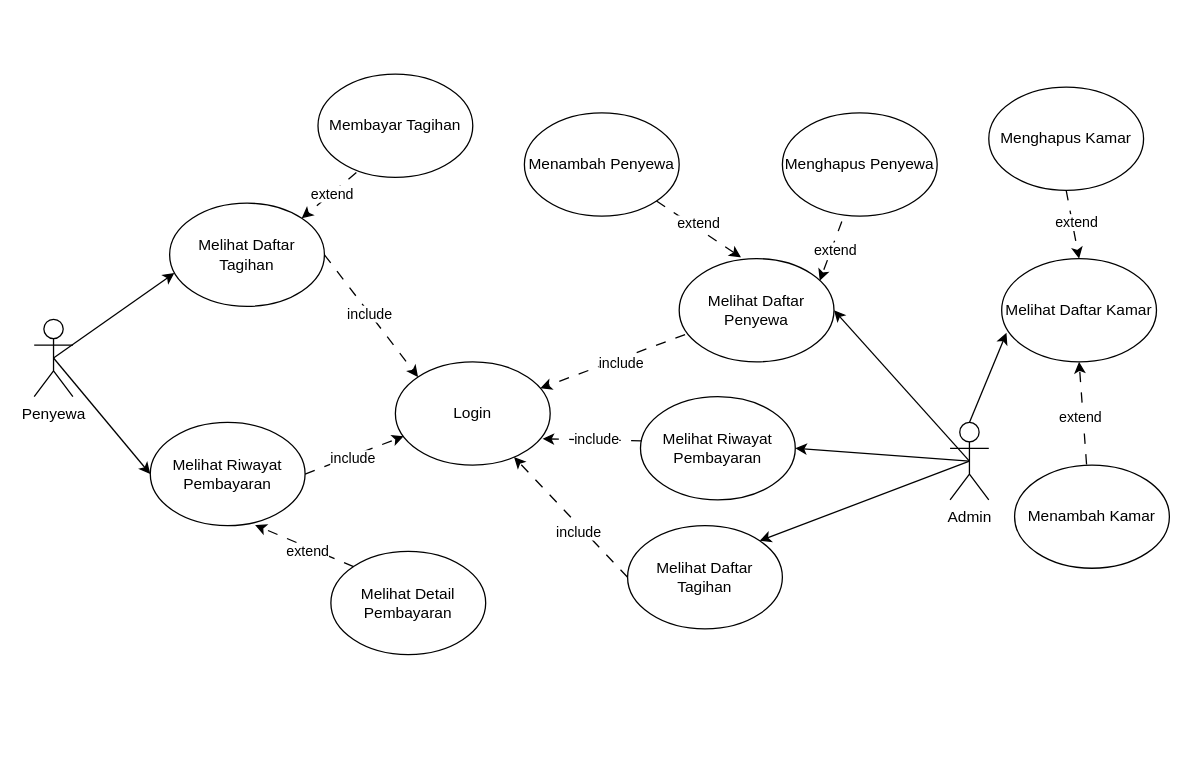
Above: usecase_skripsi.drawio in juanangelaalma/uml (draw.io), before the change. Source tidied: cells renumbered, new cells numbered last; positions are measured from the earlier drawing's top-left corner, leaving out a move shared by most shapes. Both pictures are drawn from the tidied source at 129%, with x=0, y=0 at pixel (34, 74).
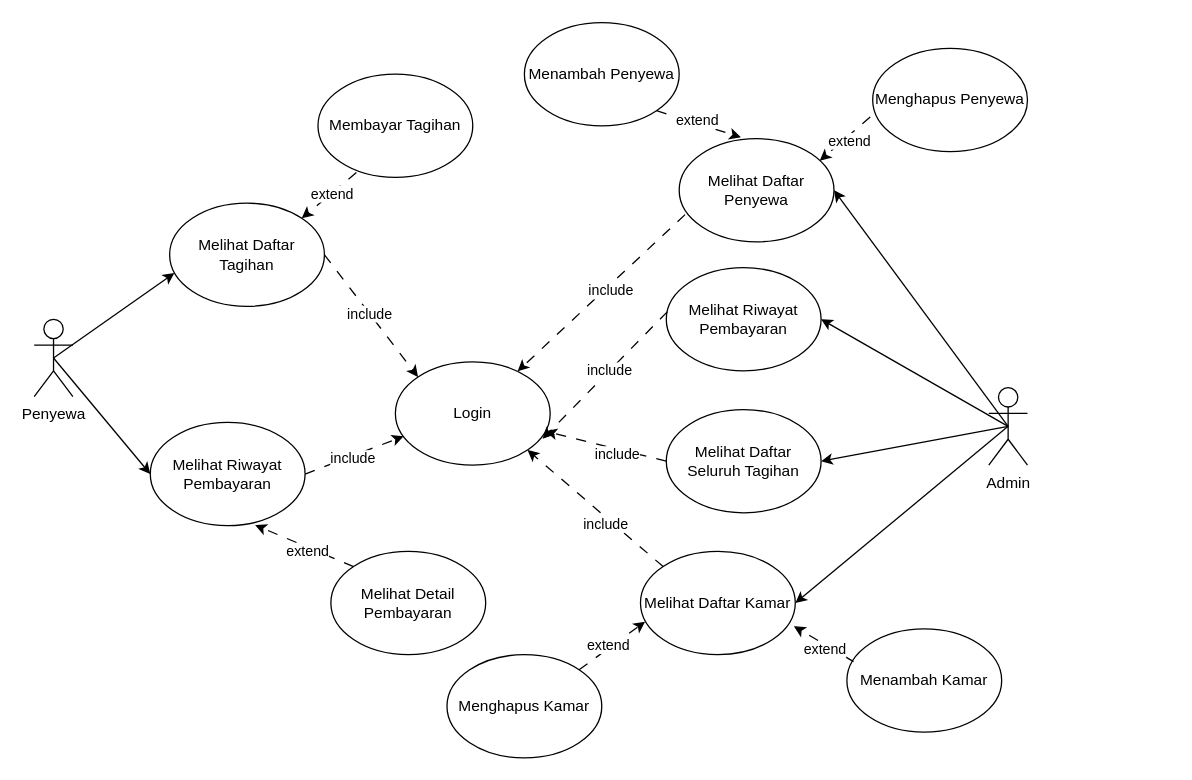
Above is the later version.

Unchanged cells that the change refers to:
```xml
<mxCell id="4" value="Login" style="ellipse;whiteSpace=wrap;html=1;" parent="1" vertex="1">
  <mxGeometry x="280" y="223" width="120" height="80" as="geometry" />
</mxCell>
```

Diff of the diagram source:
```diff
@@
     <mxCell id="2" value="Admin" style="shape=umlActor;verticalLabelPosition=bottom;verticalAlign=top;html=1;outlineConnect=0;" parent="1" vertex="1">
-      <mxGeometry x="710" y="270" width="30" height="60" as="geometry" />
+      <mxGeometry x="740" y="243" width="30" height="60" as="geometry" />
     </mxCell>
@@
     <mxCell id="5" value="Melihat Daftar Penyewa" style="ellipse;whiteSpace=wrap;html=1;" parent="1" vertex="1">
-      <mxGeometry x="500" y="143" width="120" height="80" as="geometry" />
+      <mxGeometry x="500" y="50" width="120" height="80" as="geometry" />
     </mxCell>
     <mxCell id="6" value="Melihat Riwayat Pembayaran" style="ellipse;whiteSpace=wrap;html=1;" parent="1" vertex="1">
-      <mxGeometry x="470" y="250" width="120" height="80" as="geometry" />
+      <mxGeometry x="490" y="150" width="120" height="80" as="geometry" />
     </mxCell>
-    <mxCell id="7" value="Melihat Daftar Tagihan" style="ellipse;whiteSpace=wrap;html=1;" parent="1" vertex="1">
-      <mxGeometry x="460" y="350" width="120" height="80" as="geometry" />
+    <mxCell id="7" value="Melihat Daftar Seluruh Tagihan" style="ellipse;whiteSpace=wrap;html=1;" parent="1" vertex="1">
+      <mxGeometry x="490" y="260" width="120" height="80" as="geometry" />
     </mxCell>
@@
-    <mxCell id="10" style="endArrow=classic;html=1;rounded=0;entryX=1;entryY=0;entryDx=0;entryDy=0;exitX=0.5;exitY=0.5;exitDx=0;exitDy=0;exitPerimeter=0;" parent="1" edge="1" source="2" target="7">
+    <mxCell id="10" style="endArrow=classic;html=1;rounded=0;entryX=1;entryY=0.5;entryDx=0;entryDy=0;exitX=0.5;exitY=0.5;exitDx=0;exitDy=0;exitPerimeter=0;" parent="1" edge="1" source="2" target="7">
       <mxGeometry relative="1" as="geometry" />
     </mxCell>
@@
     <mxCell id="17" value="Menambah Penyewa" style="ellipse;whiteSpace=wrap;html=1;" parent="1" vertex="1">
-      <mxGeometry x="380" y="30" width="120" height="80" as="geometry" />
+      <mxGeometry x="380" y="-40" width="120" height="80" as="geometry" />
     </mxCell>
     <mxCell id="18" value="Menghapus Penyewa" style="ellipse;whiteSpace=wrap;html=1;" parent="1" vertex="1">
-      <mxGeometry x="580" y="30" width="120" height="80" as="geometry" />
+      <mxGeometry x="650" y="-20" width="120" height="80" as="geometry" />
     </mxCell>
@@
-    <mxCell id="21" style="endArrow=classic;html=1;rounded=0;exitX=0.384;exitY=1.052;exitDx=0;exitDy=0;dashed=1;dashPattern=8 8;entryX=0.908;entryY=0.214;entryDx=0;entryDy=0;entryPerimeter=0;exitPerimeter=0;" parent="1" edge="1" source="18" target="5">
+    <mxCell id="21" style="endArrow=classic;html=1;rounded=0;exitX=-0.016;exitY=0.665;exitDx=0;exitDy=0;dashed=1;dashPattern=8 8;entryX=0.908;entryY=0.214;entryDx=0;entryDy=0;entryPerimeter=0;exitPerimeter=0;" parent="1" edge="1" source="18" target="5">
       <mxGeometry relative="1" as="geometry" />
     </mxCell>
@@
     <mxCell id="37" value="Melihat Daftar Kamar" style="ellipse;whiteSpace=wrap;html=1;" parent="1" vertex="1">
-      <mxGeometry x="750" y="143" width="120" height="80" as="geometry" />
+      <mxGeometry x="470" y="370" width="120" height="80" as="geometry" />
     </mxCell>
-    <mxCell id="38" style="endArrow=classic;html=1;rounded=0;entryX=0.031;entryY=0.719;entryDx=0;entryDy=0;exitX=0.5;exitY=0;exitDx=0;exitDy=0;exitPerimeter=0;entryPerimeter=0;" parent="1" edge="1" source="2" target="37">
+    <mxCell id="38" style="endArrow=classic;html=1;rounded=0;entryX=1;entryY=0.5;entryDx=0;entryDy=0;exitX=0.5;exitY=0.5;exitDx=0;exitDy=0;exitPerimeter=0;" parent="1" edge="1" source="2" target="37">
       <mxGeometry relative="1" as="geometry" />
     </mxCell>
     <mxCell id="39" value="Menghapus Kamar" style="ellipse;whiteSpace=wrap;html=1;" parent="1" vertex="1">
-      <mxGeometry x="740" y="10" width="120" height="80" as="geometry" />
+      <mxGeometry x="320" y="450" width="120" height="80" as="geometry" />
     </mxCell>
     <mxCell id="40" value="Menambah Kamar" style="ellipse;whiteSpace=wrap;html=1;" parent="1" vertex="1">
-      <mxGeometry x="760" y="303" width="120" height="80" as="geometry" />
+      <mxGeometry x="630" y="430" width="120" height="80" as="geometry" />
     </mxCell>
-    <mxCell id="41" style="endArrow=classic;html=1;rounded=0;exitX=0.5;exitY=1;exitDx=0;exitDy=0;dashed=1;dashPattern=8 8;entryX=0.5;entryY=0;entryDx=0;entryDy=0;" parent="1" edge="1" source="39" target="37">
+    <mxCell id="41" style="endArrow=classic;html=1;rounded=0;exitX=1;exitY=0;exitDx=0;exitDy=0;dashed=1;dashPattern=8 8;entryX=0.03;entryY=0.68;entryDx=0;entryDy=0;entryPerimeter=0;" parent="1" edge="1" source="39" target="37">
       <mxGeometry relative="1" as="geometry" />
     </mxCell>
@@
-    <mxCell id="43" style="endArrow=classic;html=1;rounded=0;exitX=0.465;exitY=-0.006;exitDx=0;exitDy=0;dashed=1;dashPattern=8 8;entryX=0.5;entryY=1;entryDx=0;entryDy=0;exitPerimeter=0;" parent="1" edge="1" source="40" target="37">
+    <mxCell id="43" style="endArrow=classic;html=1;rounded=0;exitX=0.043;exitY=0.317;exitDx=0;exitDy=0;dashed=1;dashPattern=8 8;entryX=0.991;entryY=0.724;entryDx=0;entryDy=0;exitPerimeter=0;entryPerimeter=0;" parent="1" edge="1" source="40" target="37">
       <mxGeometry relative="1" as="geometry" />
     </mxCell>
@@
+    <mxCell id="45" style="endArrow=classic;html=1;rounded=0;exitX=0;exitY=0;exitDx=0;exitDy=0;dashed=1;dashPattern=8 8;entryX=1;entryY=1;entryDx=0;entryDy=0;" parent="1" edge="1" source="37" target="4">
+      <mxGeometry relative="1" as="geometry" />
+    </mxCell>
+    <mxCell id="46" value="include" style="edgeLabel;html=1;align=center;verticalAlign=middle;" parent="45" vertex="1">
+      <mxGeometry x="-0.19" y="4" relative="1" as="geometry" />
+    </mxCell>
```
